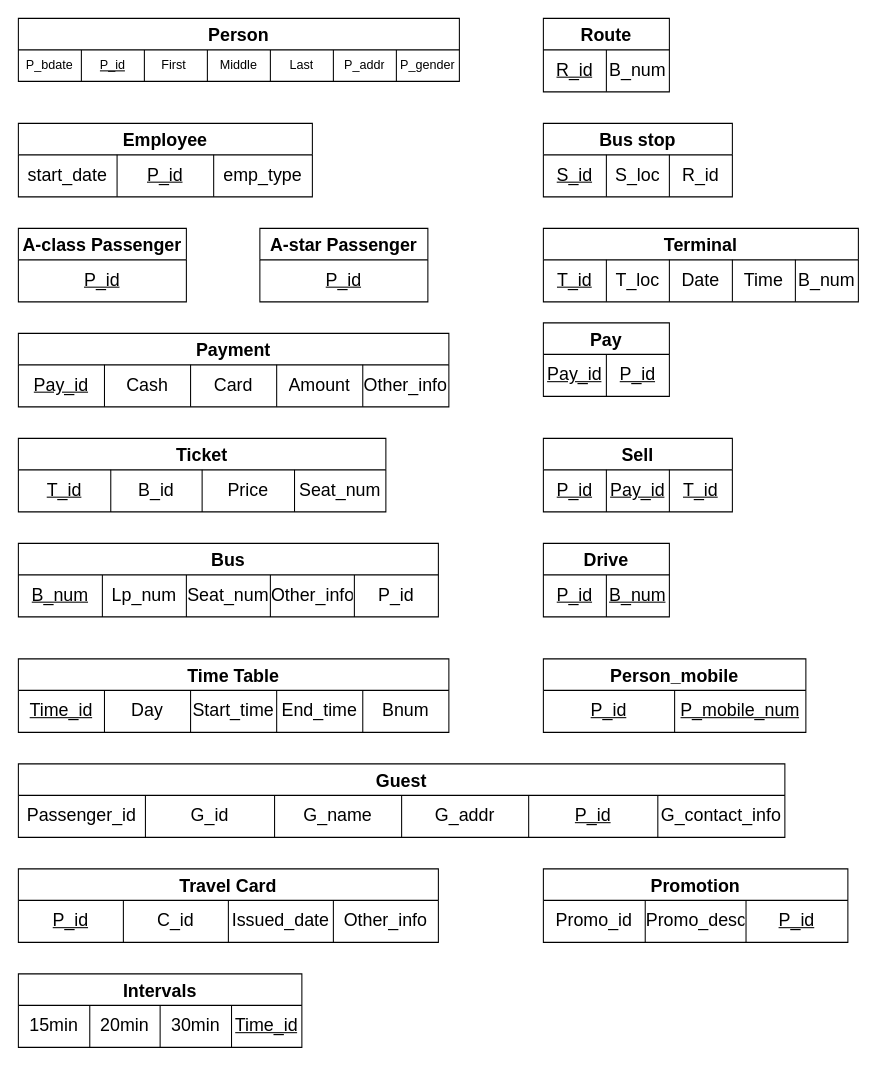
Before: Untitled Diagram.drawio in developNY/Internship, a draw.io diagram. Source tidied: cells renumbered, new cells numbered last; positions are measured from the earlier drawing's top-left corner, leaving out a move shared by most shapes. Both pictures are drawn from the tidied source at 105%, with x=0, y=0 at pixel (18, 18).
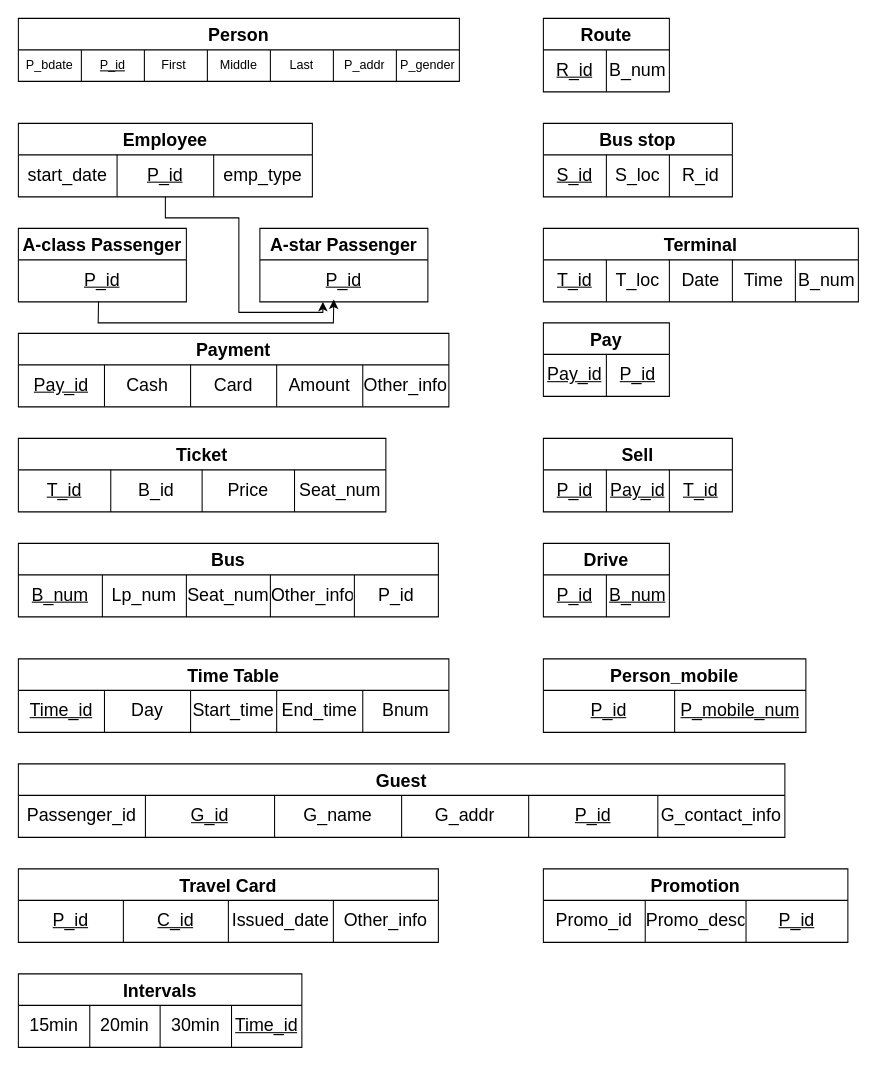
The same diagram, later.

Unchanged cells that the change refers to:
```xml
<mxCell id="17" style="shape=partialRectangle;fillColor=none;top=0;left=0;bottom=0;right=0;points=[[0,0.5],[1,0.5]];portConstraint=eastwest;fontSize=17;" parent="16" vertex="1">
  <mxGeometry y="30" width="160" height="40" as="geometry" />
</mxCell>
<mxCell id="27" style="shape=partialRectangle;fillColor=none;top=0;left=0;bottom=0;right=0;points=[[0,0.5],[1,0.5]];portConstraint=eastwest;fontSize=17;" parent="26" vertex="1">
  <mxGeometry y="30" width="160" height="40" as="geometry" />
</mxCell>
<mxCell id="66" style="shape=partialRectangle;fillColor=none;top=0;left=0;bottom=0;right=0;fontSize=17;" parent="65" vertex="1">
  <mxGeometry y="30" width="730" height="40" as="geometry" />
</mxCell>
<mxCell id="74" style="shape=partialRectangle;fillColor=none;top=0;left=0;bottom=0;right=0;fontSize=17;" parent="73" vertex="1">
  <mxGeometry y="30" width="400" height="40" as="geometry" />
</mxCell>
```

Change to the diagram source:
```diff
@@
-    <mxCell id="68" value="G_id" style="shape=partialRectangle;html=1;whiteSpace=wrap;overflow=hidden;fillColor=none;top=0;left=0;bottom=0;right=0;fontSize=17;" parent="66" vertex="1">
+    <mxCell id="68" value="&lt;u&gt;G_id&lt;/u&gt;" style="shape=partialRectangle;html=1;whiteSpace=wrap;overflow=hidden;fillColor=none;top=0;left=0;bottom=0;right=0;fontSize=17;" parent="66" vertex="1">
       <mxGeometry x="121" width="123" height="40" as="geometry" />
     </mxCell>
@@
-    <mxCell id="76" value="C_id" style="shape=partialRectangle;html=1;whiteSpace=wrap;overflow=hidden;fillColor=none;top=0;left=0;bottom=0;right=0;fontSize=17;" parent="74" vertex="1">
+    <mxCell id="76" value="&lt;u&gt;C_id&lt;/u&gt;" style="shape=partialRectangle;html=1;whiteSpace=wrap;overflow=hidden;fillColor=none;top=0;left=0;bottom=0;right=0;fontSize=17;" parent="74" vertex="1">
       <mxGeometry x="100" width="100" height="40" as="geometry" />
     </mxCell>
@@
+    <mxCell id="107" style="endArrow=classic;html=1;rounded=0;fontSize=17;" parent="1" edge="1">
+      <mxGeometry relative="1" as="geometry">
+        <mxPoint x="140" y="170" as="sourcePoint" />
+        <mxPoint x="290" y="270" as="targetPoint" />
+        <Array as="points">
+          <mxPoint x="140" y="190" />
+          <mxPoint x="210" y="190" />
+          <mxPoint x="210" y="280" />
+          <mxPoint x="290" y="280" />
+        </Array>
+      </mxGeometry>
+    </mxCell>
+    <mxCell id="108" style="endArrow=classic;html=1;rounded=0;fontSize=17;exitX=0.477;exitY=0.985;exitDx=0;exitDy=0;exitPerimeter=0;entryX=0.44;entryY=0.945;entryDx=0;entryDy=0;entryPerimeter=0;" parent="1" edge="1" source="17" target="27">
+      <mxGeometry relative="1" as="geometry">
+        <Array as="points">
+          <mxPoint x="76" y="290" />
+          <mxPoint x="220" y="290" />
+          <mxPoint x="300" y="290" />
+        </Array>
+      </mxGeometry>
+    </mxCell>
```
